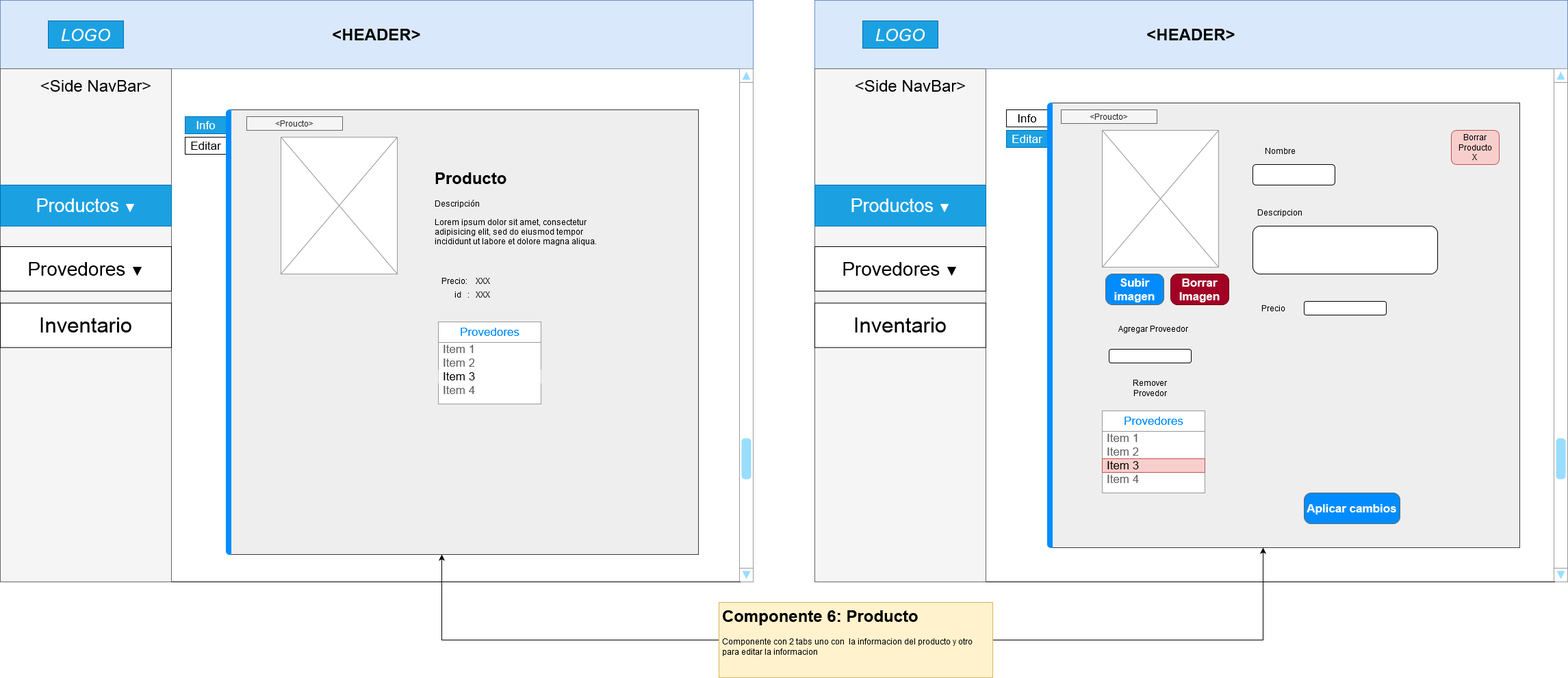
Above: Producto Diagram.png in EddyCeti/JarabeProject (draw.io), before the change. Source tidied: cells renumbered, new cells last; positions are measured from the earlier drawing's top-left corner, leaving out a move shared by most shapes.
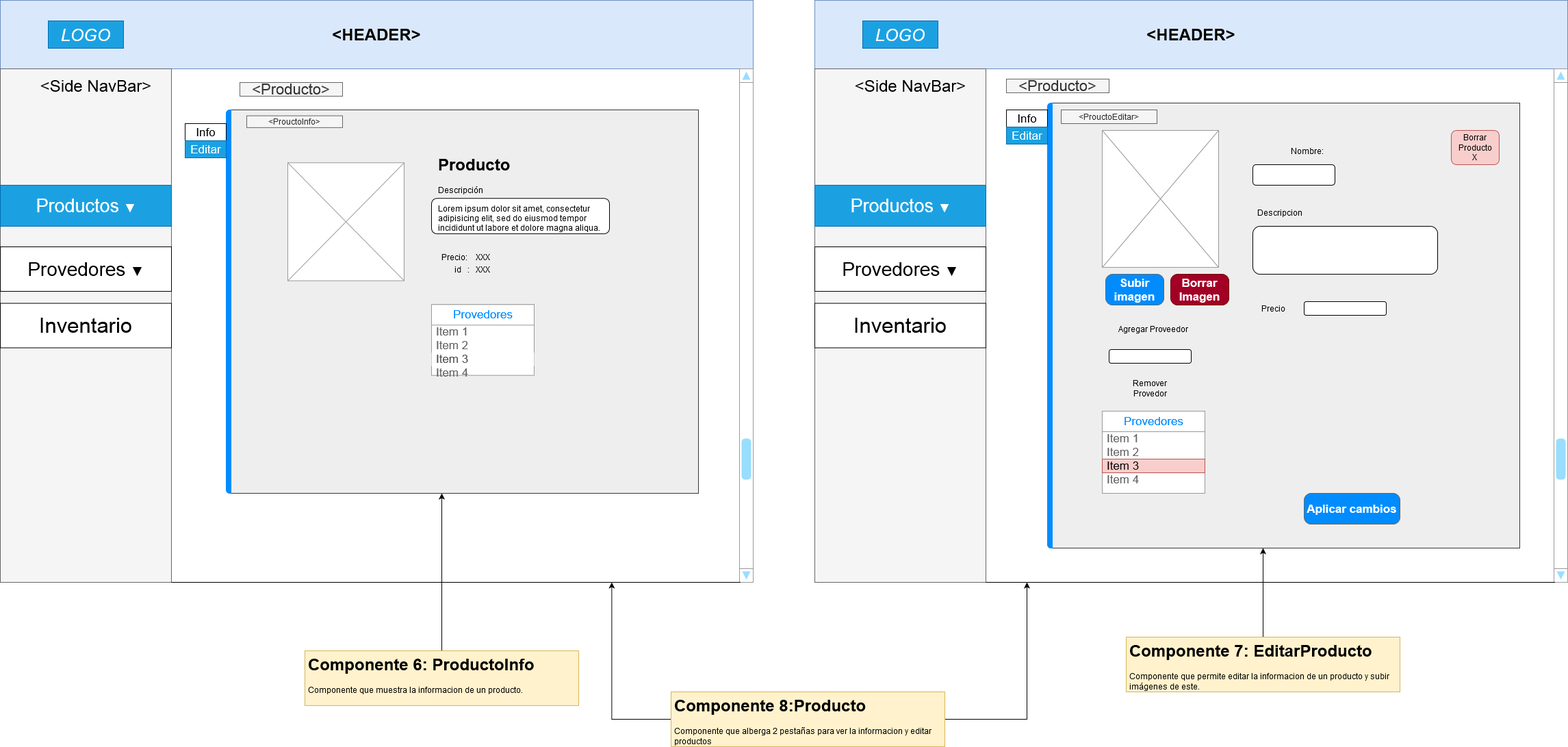
The same diagram one commit later.

Change to the diagram source:
```diff
@@ -33,37 +33,33 @@
       <mxGeometry y="442.5" width="250" height="65" as="geometry" />
     </mxCell>
     <mxCell id="12" style="strokeWidth=1;shadow=0;dashed=0;align=center;html=1;shape=mxgraph.mockup.containers.marginRect2;rectMarginLeft=67;strokeColor=#36393d;fillColor=#eeeeee;" parent="1" vertex="1">
-      <mxGeometry x="270" y="160" width="750" height="650" as="geometry" />
+      <mxGeometry x="270" y="160" width="750" height="560" as="geometry" />
     </mxCell>
-    <mxCell id="13" value="Info" style="strokeColor=#006EAF;fillColor=#1ba1e2;strokeWidth=1;shadow=0;dashed=0;align=center;html=1;shape=mxgraph.mockup.containers.rrect;rSize=0;fontSize=17;fontColor=#ffffff;" parent="12" vertex="1">
-      <mxGeometry width="60" height="25" relative="1" as="geometry">
-        <mxPoint y="10" as="offset" />
-      </mxGeometry>
-    </mxCell>
-    <mxCell id="14" value="Editar" style="strokeWidth=1;shadow=0;dashed=0;align=center;html=1;shape=mxgraph.mockup.containers.rrect;rSize=0;fontSize=17;" parent="12" vertex="1">
-      <mxGeometry width="60" height="25" relative="1" as="geometry">
-        <mxPoint y="40" as="offset" />
-      </mxGeometry>
-    </mxCell>
+    <mxCell id="65" style="rounded=1;whiteSpace=wrap;html=1;" parent="12" vertex="1">
+      <mxGeometry x="360" y="129.2" width="260" height="51.7" as="geometry" />
+    </mxCell>
     <mxCell id="15" style="strokeWidth=1;shadow=0;dashed=0;align=center;html=1;shape=mxgraph.mockup.containers.leftButton;rSize=5;strokeColor=#008cff;fillColor=#008cff;" parent="12" vertex="1">
-      <mxGeometry width="7" height="650" relative="1" as="geometry">
+      <mxGeometry width="7" height="560" relative="1" as="geometry">
         <mxPoint x="60" as="offset" />
       </mxGeometry>
     </mxCell>
     <mxCell id="16" style="verticalLabelPosition=bottom;shadow=0;dashed=0;align=center;html=1;verticalAlign=top;strokeWidth=1;shape=mxgraph.mockup.graphics.simpleIcon;strokeColor=#999999;" parent="12" vertex="1">
-      <mxGeometry x="140" y="40" width="170" height="200" as="geometry" />
+      <mxGeometry x="150" y="77.2" width="170" height="172.3" as="geometry" />
     </mxCell>
     <mxCell id="17" value="&lt;h1&gt;Producto&lt;/h1&gt;&lt;p&gt;Descripción&lt;/p&gt;&lt;p&gt;Lorem ipsum dolor sit amet, consectetur adipisicing elit, sed do eiusmod tempor incididunt ut labore et dolore magna aliqua.&lt;/p&gt;" style="text;html=1;strokeColor=none;fillColor=none;spacing=5;spacingTop=-20;whiteSpace=wrap;overflow=hidden;rounded=0;" parent="12" vertex="1">
-      <mxGeometry x="360" y="80" width="250" height="140" as="geometry" />
+      <mxGeometry x="365" y="60.3" width="250" height="120.6" as="geometry" />
     </mxCell>
     <mxCell id="18" value="Precio:&amp;nbsp;&amp;nbsp;&amp;nbsp; XXX" style="text;html=1;strokeColor=none;fillColor=none;align=center;verticalAlign=middle;whiteSpace=wrap;rounded=0;" parent="12" vertex="1">
-      <mxGeometry x="360" y="240" width="100" height="20" as="geometry" />
+      <mxGeometry x="360" y="206.8" width="100" height="17.2" as="geometry" />
     </mxCell>
     <mxCell id="19" value="id&amp;nbsp;&amp;nbsp; :&amp;nbsp;&amp;nbsp; XXX" style="text;html=1;strokeColor=none;fillColor=none;align=center;verticalAlign=middle;whiteSpace=wrap;rounded=0;" parent="12" vertex="1">
-      <mxGeometry x="370" y="260" width="100" height="20" as="geometry" />
+      <mxGeometry x="370" y="224" width="100" height="17.2" as="geometry" />
     </mxCell>
+    <mxCell id="26" value="&amp;lt;ProuctoInfo&amp;gt;" style="text;html=1;strokeColor=#666666;fillColor=#f5f5f5;align=center;verticalAlign=middle;whiteSpace=wrap;rounded=0;fontColor=#333333;" parent="12" vertex="1">
+      <mxGeometry x="90" y="8.6" width="140" height="17.2" as="geometry" />
+    </mxCell>
     <mxCell id="20" style="strokeWidth=1;shadow=0;dashed=0;align=center;html=1;shape=mxgraph.mockup.forms.rrect;rSize=0;strokeColor=#999999;fillColor=#ffffff;" parent="12" vertex="1">
-      <mxGeometry x="370" y="310" width="150" height="120" as="geometry" />
+      <mxGeometry x="360" y="284.3" width="150" height="103.4" as="geometry" />
     </mxCell>
     <mxCell id="21" value="Provedores" style="strokeWidth=1;shadow=0;dashed=0;align=center;html=1;shape=mxgraph.mockup.forms.rrect;rSize=0;strokeColor=#999999;fontColor=#008cff;fontSize=17;fillColor=#ffffff;" parent="20" vertex="1">
       <mxGeometry width="150" height="30" relative="1" as="geometry" />
@@ -78,7 +74,7 @@
         <mxPoint y="50" as="offset" />
       </mxGeometry>
     </mxCell>
-    <mxCell id="24" value="Item 3" style="strokeWidth=1;shadow=0;dashed=0;align=center;html=1;shape=mxgraph.mockup.forms.rrect;rSize=0;fontSize=17;align=left;spacingLeft=5;strokeColor=none;" parent="20" vertex="1">
+    <mxCell id="24" value="&lt;font color=&quot;#4D4D4D&quot;&gt;Item 3&lt;/font&gt;" style="strokeWidth=1;shadow=0;dashed=0;align=center;html=1;shape=mxgraph.mockup.forms.rrect;rSize=0;fontSize=17;align=left;spacingLeft=5;strokeColor=none;" parent="20" vertex="1">
       <mxGeometry width="150" height="20" relative="1" as="geometry">
         <mxPoint y="70" as="offset" />
       </mxGeometry>
@@ -88,9 +84,6 @@
         <mxPoint y="90" as="offset" />
       </mxGeometry>
     </mxCell>
-    <mxCell id="26" value="&amp;lt;Proucto&amp;gt;" style="text;html=1;strokeColor=#666666;fillColor=#f5f5f5;align=center;verticalAlign=middle;whiteSpace=wrap;rounded=0;fontColor=#333333;" parent="12" vertex="1">
-      <mxGeometry x="90" y="10" width="140" height="20" as="geometry" />
-    </mxCell>
     <mxCell id="27" value="&lt;h1&gt;&amp;lt;HEADER&amp;gt;&lt;br&gt;&lt;/h1&gt;" style="rounded=0;whiteSpace=wrap;html=1;fillColor=#dae8fc;strokeColor=#6c8ebf;" parent="1" vertex="1">
       <mxGeometry x="1190" width="1100" height="100" as="geometry" />
     </mxCell>
@@ -124,16 +117,6 @@
     <mxCell id="37" style="strokeWidth=1;shadow=0;dashed=0;align=center;html=1;shape=mxgraph.mockup.containers.marginRect2;rectMarginLeft=67;strokeColor=#36393d;fillColor=#eeeeee;" parent="1" vertex="1">
       <mxGeometry x="1470" y="150" width="750" height="650" as="geometry" />
     </mxCell>
-    <mxCell id="38" value="Info" style="strokeWidth=1;shadow=0;dashed=0;align=center;html=1;shape=mxgraph.mockup.containers.rrect;rSize=0;fontSize=17;" parent="37" vertex="1">
-      <mxGeometry width="60" height="25" relative="1" as="geometry">
-        <mxPoint y="10" as="offset" />
-      </mxGeometry>
-    </mxCell>
-    <mxCell id="39" value="Editar" style="strokeWidth=1;shadow=0;dashed=0;align=center;html=1;shape=mxgraph.mockup.containers.rrect;rSize=0;fontSize=17;fillColor=#1ba1e2;strokeColor=#006EAF;fontColor=#ffffff;" parent="37" vertex="1">
-      <mxGeometry width="60" height="25" relative="1" as="geometry">
-        <mxPoint y="40" as="offset" />
-      </mxGeometry>
-    </mxCell>
     <mxCell id="40" style="strokeWidth=1;shadow=0;dashed=0;align=center;html=1;shape=mxgraph.mockup.containers.leftButton;rSize=5;strokeColor=#008cff;fillColor=#008cff;" parent="37" vertex="1">
       <mxGeometry width="7" height="650" relative="1" as="geometry">
         <mxPoint x="60" as="offset" />
@@ -148,8 +131,8 @@
     <mxCell id="43" style="rounded=1;whiteSpace=wrap;html=1;" parent="37" vertex="1">
       <mxGeometry x="360" y="90" width="120" height="30" as="geometry" />
     </mxCell>
-    <mxCell id="44" value="Nombre" style="text;html=1;strokeColor=none;fillColor=none;align=center;verticalAlign=middle;whiteSpace=wrap;rounded=0;" parent="37" vertex="1">
-      <mxGeometry x="360" y="60" width="80" height="20" as="geometry" />
+    <mxCell id="44" value="Nombre: " style="text;html=1;strokeColor=none;fillColor=none;align=center;verticalAlign=middle;whiteSpace=wrap;rounded=0;" parent="37" vertex="1">
+      <mxGeometry x="360" y="60" width="160" height="20" as="geometry" />
     </mxCell>
     <mxCell id="45" value="Descripcion" style="text;html=1;strokeColor=none;fillColor=none;align=center;verticalAlign=middle;whiteSpace=wrap;rounded=0;" parent="37" vertex="1">
       <mxGeometry x="370" y="150" width="60" height="20" as="geometry" />
@@ -207,17 +190,51 @@
         <mxPoint y="90" as="offset" />
       </mxGeometry>
     </mxCell>
-    <mxCell id="61" value="&amp;lt;Proucto&amp;gt;" style="text;html=1;strokeColor=#666666;fillColor=#f5f5f5;align=center;verticalAlign=middle;whiteSpace=wrap;rounded=0;fontColor=#333333;" parent="37" vertex="1">
+    <mxCell id="61" value="&amp;lt;ProuctoEditar&amp;gt;" style="text;html=1;strokeColor=#666666;fillColor=#f5f5f5;align=center;verticalAlign=middle;whiteSpace=wrap;rounded=0;fontColor=#333333;" parent="37" vertex="1">
       <mxGeometry x="80" y="10" width="140" height="20" as="geometry" />
     </mxCell>
     <mxCell id="62" style="edgeStyle=orthogonalEdgeStyle;rounded=0;jettySize=auto;html=1;" parent="1" edge="1" source="64" target="12">
       <mxGeometry relative="1" as="geometry" />
     </mxCell>
-    <mxCell id="63" style="edgeStyle=orthogonalEdgeStyle;rounded=0;jettySize=auto;html=1;" parent="1" edge="1" source="64" target="37">
-      <mxGeometry relative="1" as="geometry" />
-    </mxCell>
-    <mxCell id="64" value="&lt;h1&gt;Componente 6: Producto &lt;br&gt;&lt;/h1&gt;&lt;p&gt;Componente con 2 tabs uno con&amp;nbsp; la informacion del producto y otro para editar la informacion &lt;br&gt;&lt;/p&gt;&lt;p&gt;&lt;br&gt;&lt;/p&gt;&lt;p&gt;&lt;br&gt;&lt;/p&gt;&lt;p&gt;&lt;br&gt;&lt;/p&gt;&lt;p&gt;&lt;br&gt;&lt;/p&gt;" style="text;html=1;strokeColor=#d6b656;fillColor=#fff2cc;spacing=5;spacingTop=-20;whiteSpace=wrap;overflow=hidden;rounded=0;" parent="1" vertex="1">
-      <mxGeometry x="1050" y="880" width="400" height="110" as="geometry" />
+    <mxCell id="64" value="&lt;h1&gt;Componente 6: ProductoInfo&lt;br&gt;&lt;/h1&gt;&lt;p&gt;Componente que muestra la informacion de un producto.&lt;br&gt;&lt;/p&gt;&lt;p&gt;&lt;br&gt;&lt;/p&gt;&lt;p&gt;&lt;br&gt;&lt;/p&gt;&lt;p&gt;&lt;br&gt;&lt;/p&gt;&lt;p&gt;&lt;br&gt;&lt;/p&gt;" style="text;html=1;strokeColor=#d6b656;fillColor=#fff2cc;spacing=5;spacingTop=-20;whiteSpace=wrap;overflow=hidden;rounded=0;" parent="1" vertex="1">
+      <mxGeometry x="445" y="950" width="400" height="80" as="geometry" />
     </mxCell>
+    <mxCell id="66" style="edgeStyle=orthogonalEdgeStyle;rounded=0;jettySize=auto;html=1;" parent="1" edge="1" source="67" target="37">
+      <mxGeometry relative="1" as="geometry" />
+    </mxCell>
+    <mxCell id="67" value="&lt;h1&gt;Componente 7: EditarProducto &lt;br&gt;&lt;/h1&gt;&lt;p&gt;Componente que permite editar la informacion de un producto y subir imágenes de este.&lt;/p&gt;&lt;p&gt;&lt;br&gt;&lt;/p&gt;&lt;p&gt;&lt;br&gt;&lt;/p&gt;&lt;p&gt;&lt;br&gt;&lt;/p&gt;&lt;p&gt;&lt;br&gt;&lt;/p&gt;&lt;p&gt;&lt;br&gt;&lt;/p&gt;" style="text;html=1;strokeColor=#d6b656;fillColor=#fff2cc;spacing=5;spacingTop=-20;whiteSpace=wrap;overflow=hidden;rounded=0;" parent="1" vertex="1">
+      <mxGeometry x="1645" y="930" width="400" height="80" as="geometry" />
+    </mxCell>
+    <mxCell id="68" value="Info" style="strokeWidth=1;shadow=0;dashed=0;align=center;html=1;shape=mxgraph.mockup.containers.rrect;rSize=0;fontSize=17;" parent="1" vertex="1">
+      <mxGeometry x="1470" y="160" width="60" height="25" as="geometry" />
+    </mxCell>
+    <mxCell id="69" value="Editar" style="strokeWidth=1;shadow=0;dashed=0;align=center;html=1;shape=mxgraph.mockup.containers.rrect;rSize=0;fontSize=17;fillColor=#1ba1e2;strokeColor=#006EAF;fontColor=#ffffff;" parent="1" vertex="1">
+      <mxGeometry x="1470" y="185" width="60" height="25" as="geometry" />
+    </mxCell>
+    <mxCell id="70" value="Info" style="strokeWidth=1;shadow=0;dashed=0;align=center;html=1;shape=mxgraph.mockup.containers.rrect;rSize=0;fontSize=17;" parent="1" vertex="1">
+      <mxGeometry x="270" y="180" width="60" height="25" as="geometry" />
+    </mxCell>
+    <mxCell id="71" value="Editar" style="strokeWidth=1;shadow=0;dashed=0;align=center;html=1;shape=mxgraph.mockup.containers.rrect;rSize=0;fontSize=17;fillColor=#1ba1e2;strokeColor=#006EAF;fontColor=#ffffff;" parent="1" vertex="1">
+      <mxGeometry x="270" y="205" width="60" height="25" as="geometry" />
+    </mxCell>
+    <mxCell id="72" style="edgeStyle=orthogonalEdgeStyle;rounded=0;jettySize=auto;html=1;" parent="1" edge="1" source="74">
+      <mxGeometry relative="1" as="geometry">
+        <mxPoint x="1500" y="850" as="targetPoint" />
+      </mxGeometry>
+    </mxCell>
+    <mxCell id="73" style="edgeStyle=orthogonalEdgeStyle;rounded=0;jettySize=auto;html=1;" parent="1" edge="1" source="74">
+      <mxGeometry relative="1" as="geometry">
+        <mxPoint x="893.3" y="850" as="targetPoint" />
+      </mxGeometry>
+    </mxCell>
+    <mxCell id="74" value="&lt;h1&gt;Componente 8:Producto &lt;br&gt;&lt;/h1&gt;&lt;p&gt;Componente que alberga 2 pestañas para ver la informacion y editar productos&lt;br&gt;&lt;/p&gt;&lt;p&gt;&lt;br&gt;&lt;/p&gt;&lt;p&gt;&lt;br&gt;&lt;/p&gt;&lt;p&gt;&lt;br&gt;&lt;/p&gt;&lt;p&gt;&lt;br&gt;&lt;/p&gt;" style="text;html=1;strokeColor=#d6b656;fillColor=#fff2cc;spacing=5;spacingTop=-20;whiteSpace=wrap;overflow=hidden;rounded=0;" parent="1" vertex="1">
+      <mxGeometry x="980" y="1010" width="400" height="80" as="geometry" />
+    </mxCell>
+    <mxCell id="75" value="&lt;font style=&quot;font-size: 22px&quot;&gt;&amp;lt;Producto&amp;gt;&lt;/font&gt;" style="text;html=1;strokeColor=#666666;fillColor=#f5f5f5;align=center;verticalAlign=middle;whiteSpace=wrap;rounded=0;fontColor=#333333;" parent="1" vertex="1">
+      <mxGeometry x="350" y="120" width="150" height="20" as="geometry" />
+    </mxCell>
+    <mxCell id="76" value="&lt;font style=&quot;font-size: 22px&quot;&gt;&amp;lt;Producto&amp;gt;&lt;/font&gt;" style="text;html=1;strokeColor=#666666;fillColor=#f5f5f5;align=center;verticalAlign=middle;whiteSpace=wrap;rounded=0;fontColor=#333333;" parent="1" vertex="1">
+      <mxGeometry x="1470" y="115" width="150" height="20" as="geometry" />
+    </mxCell>
   </root>
 </mxGraphModel>
```
